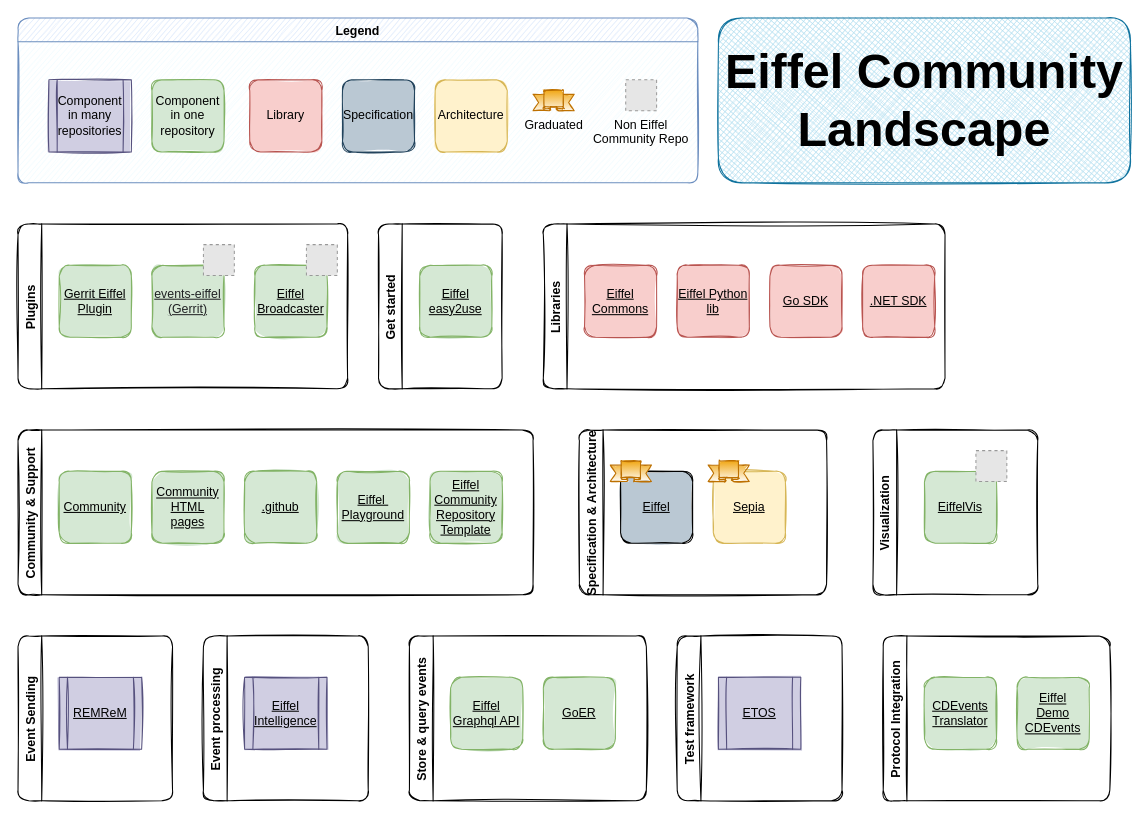
Above: src/landscape.drawio in eiffel-community/eiffel-community.github.io (draw.io), before the change. Source tidied: cells renumbered, new cells numbered last; positions are measured from the earlier drawing's top-left corner, leaving out a move shared by most shapes. Both pictures are drawn from the tidied source at 103%, with x=0, y=0 at pixel (18, 18). Pictures stored in the file or linked from it are replaced by grey dashed boxes.
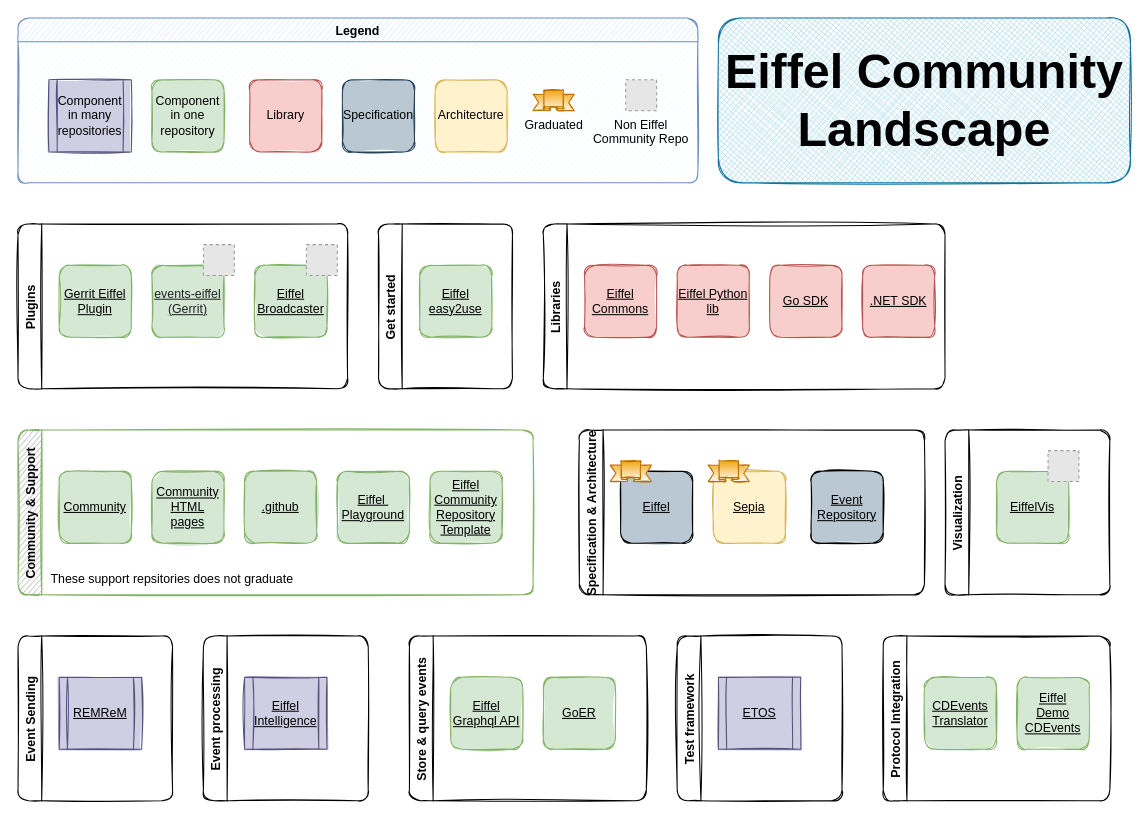
Above is the later version.

Commit message (it also covers changes not shown here):
Add event repository and mark support repos non-graduatable

The edit, as a diff of the source:
```diff
@@
     <mxCell id="3" value="Specification &amp; Architecture" style="swimlane;horizontal=0;rounded=1;sketch=1;" parent="1" vertex="1">
-      <mxGeometry x="545" y="400" width="240" height="160" as="geometry" />
+      <mxGeometry x="545" y="400" width="335" height="160" as="geometry" />
     </mxCell>
@@
+    <mxCell id="50" value="&lt;div&gt;&lt;u&gt;Event Repository&lt;/u&gt;&lt;/div&gt;" style="whiteSpace=wrap;html=1;sketch=1;rounded=1;fillColor=#bac8d3;shadow=0;glass=0;fillStyle=solid;" parent="3" vertex="1">
+      <mxGeometry x="225" y="40" width="70" height="70" as="geometry" />
+    </mxCell>
@@
     <mxCell id="18" value="Get started" style="swimlane;horizontal=0;rounded=1;sketch=1;" parent="1" vertex="1">
-      <mxGeometry x="350" y="200" width="120" height="160" as="geometry" />
+      <mxGeometry x="350" y="200" width="130" height="160" as="geometry" />
     </mxCell>
@@
     <mxCell id="20" value="Visualization" style="swimlane;horizontal=0;rounded=1;sketch=1;" parent="1" vertex="1">
-      <mxGeometry x="830" y="400" width="160" height="160" as="geometry" />
+      <mxGeometry x="900" y="400" width="160" height="160" as="geometry" />
     </mxCell>
@@
-    <mxCell id="27" value="Community &amp; Support" style="swimlane;horizontal=0;rounded=1;sketch=1;" parent="1" vertex="1">
+    <mxCell id="27" value="Community &amp; Support" style="swimlane;horizontal=0;rounded=1;sketch=1;fillColor=#B3B3B3;strokeColor=#82b366;" parent="1" vertex="1">
       <mxGeometry y="400" width="500" height="160" as="geometry" />
     </mxCell>
@@
+    <mxCell id="51" value="These support repsitories does not graduate" style="text;html=1;align=left;verticalAlign=middle;whiteSpace=wrap;rounded=0;" parent="27" vertex="1">
+      <mxGeometry x="30" y="130" width="270" height="30" as="geometry" />
+    </mxCell>
```
